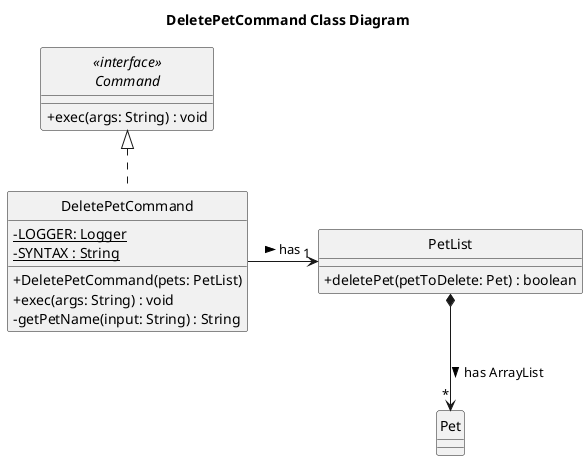
Earlier version of the PlantUML export docs/diagrams/DeletePetCommand_Class_Diagram.png (Kevin88866/tp).
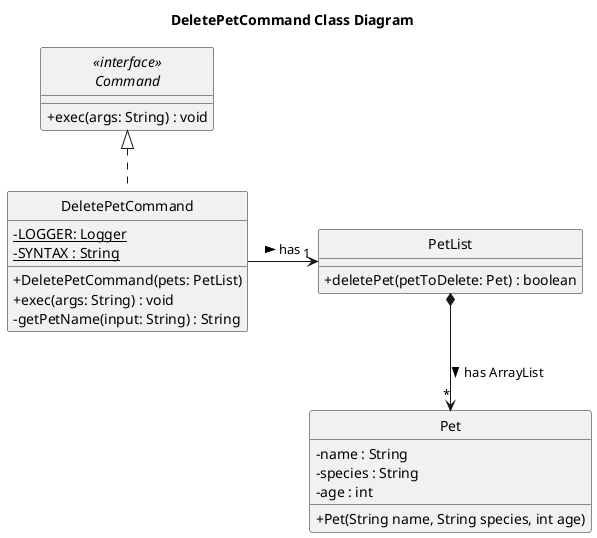
The same file after the commit.

The edit, as a diff of the source:
```diff
@@ -21,7 +21,10 @@
 }
 
 class Pet {
-
+    - name : String
+        - species : String
+        - age : int
+        + Pet(String name, String species, int age)
 }
 
 Command <|.. DeletePetCommand
```
